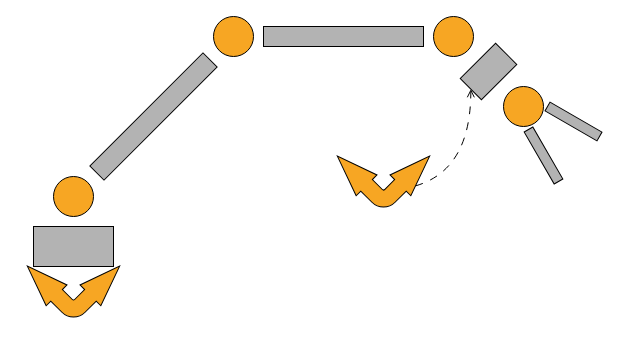
knmicrochip/ORION_V_2025 keeps this draw.io diagram as ground-control-web-app/static/manipulator_ui.drawio. Above is the earlier version. Source tidied: cells renumbered, new cells numbered last; positions are measured from the earlier drawing's top-left corner, leaving out a move shared by most shapes. Both pictures are drawn from the tidied source at 100%, with x=0, y=0 at pixel (33, 16).
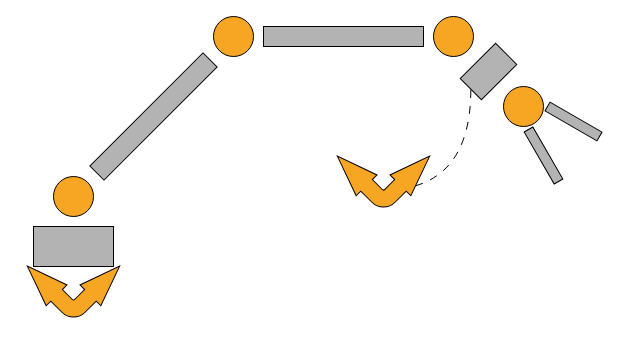
The same diagram, later.

Commit message (it also covers changes not shown here):
Complete the Manipulator UI

The edit, as a diff of the source:
```diff
@@
 <mxGraphModel>
   <root>
     <mxCell id="0" />
     <mxCell id="1" parent="0" />
     <mxCell id="2" style="rounded=0;whiteSpace=wrap;html=1;rotation=-45;fillColor=#B3B3B3;" parent="1" vertex="1">
       <mxGeometry x="40" y="90" width="160" height="20" as="geometry" />
     </mxCell>
     <mxCell id="3" style="rounded=0;whiteSpace=wrap;html=1;fillColor=#B3B3B3;" parent="1" vertex="1">
       <mxGeometry x="230" y="10" width="160" height="20" as="geometry" />
     </mxCell>
     <mxCell id="4" style="rounded=0;whiteSpace=wrap;html=1;fillColor=#B3B3B3;" parent="1" vertex="1">
       <mxGeometry y="210" width="80" height="40" as="geometry" />
     </mxCell>
     <mxCell id="5" style="ellipse;whiteSpace=wrap;html=1;fillColor=#F7A623;" parent="1" vertex="1">
       <mxGeometry x="20" y="160" width="40" height="40" as="geometry" />
     </mxCell>
     <mxCell id="6" style="rounded=0;whiteSpace=wrap;html=1;rotation=-45;fillColor=#B3B3B3;" parent="1" vertex="1">
       <mxGeometry x="430" y="40" width="50" height="30" as="geometry" />
     </mxCell>
     <mxCell id="7" style="rounded=0;whiteSpace=wrap;html=1;rotation=30;fillColor=#B3B3B3;" parent="1" vertex="1">
       <mxGeometry x="510" y="100" width="60" height="10" as="geometry" />
     </mxCell>
     <mxCell id="8" style="rounded=0;whiteSpace=wrap;html=1;rotation=60;fillColor=#B3B3B3;" parent="1" vertex="1">
       <mxGeometry x="480" y="134" width="60" height="10" as="geometry" />
     </mxCell>
     <mxCell id="9" style="ellipse;whiteSpace=wrap;html=1;fillColor=#F7A623;" parent="1" vertex="1">
       <mxGeometry x="180" width="40" height="40" as="geometry" />
     </mxCell>
     <mxCell id="10" style="ellipse;whiteSpace=wrap;html=1;fillColor=#F7A623;" parent="1" vertex="1">
       <mxGeometry x="400" width="40" height="40" as="geometry" />
     </mxCell>
     <mxCell id="11" style="ellipse;whiteSpace=wrap;html=1;fillColor=#F7A623;" parent="1" vertex="1">
       <mxGeometry x="470" y="70" width="40" height="40" as="geometry" />
     </mxCell>
     <mxCell id="12" style="html=1;shadow=0;dashed=0;align=center;verticalAlign=middle;shape=mxgraph.arrows2.bendDoubleArrow;dy=8.19;dx=41.35;arrowHead=29.43;rounded=1;rotation=-135;fillColor=#F7A623;" parent="1" vertex="1">
       <mxGeometry y="220" width="80" height="80" as="geometry" />
     </mxCell>
-    <mxCell id="13" style="edgeStyle=orthogonalEdgeStyle;rounded=0;jettySize=auto;html=1;exitX=0;exitY=0;exitDx=23.384934;exitDy=23.384934;exitPerimeter=0;entryX=0;entryY=0.5;entryDx=0;entryDy=0;curved=1;endArrow=open;endFill=0;dashed=1;dashPattern=8 8;" parent="1" edge="1" source="14" target="6">
+    <mxCell id="13" style="edgeStyle=orthogonalEdgeStyle;rounded=0;jettySize=auto;html=1;exitX=0;exitY=0;exitDx=23.384934;exitDy=23.384934;exitPerimeter=0;entryX=0;entryY=0.5;entryDx=0;entryDy=0;curved=1;endArrow=none;endFill=0;dashed=1;dashPattern=8 8;" parent="1" edge="1" source="14" target="6">
       <mxGeometry relative="1" as="geometry" />
     </mxCell>
     <mxCell id="14" style="html=1;shadow=0;dashed=0;align=center;verticalAlign=middle;shape=mxgraph.arrows2.bendDoubleArrow;dy=8.19;dx=41.35;arrowHead=29.43;rounded=1;rotation=-135;fillColor=#F7A623;" parent="1" vertex="1">
       <mxGeometry x="310" y="110" width="80" height="80" as="geometry" />
     </mxCell>
   </root>
 </mxGraphModel>
```
